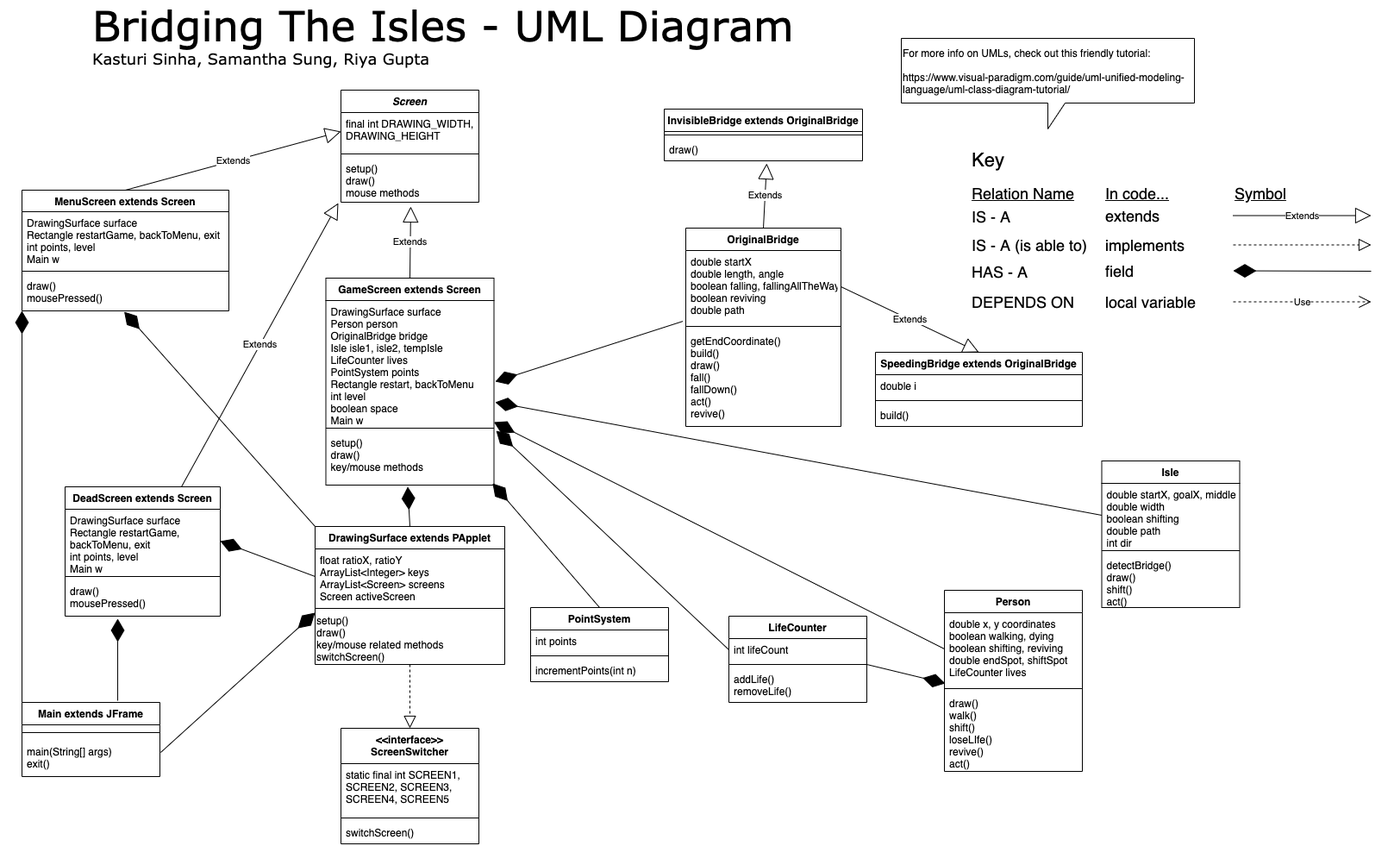
The draw.io diagram BridgingTheIsles/doc/BridgingTheIslesUML.png in HHSAPCompSci2020/capstone-project-bti, before a commit. Source tidied: cells renumbered, new cells last; positions are measured from the earlier drawing's top-left corner, leaving out a move shared by most shapes.
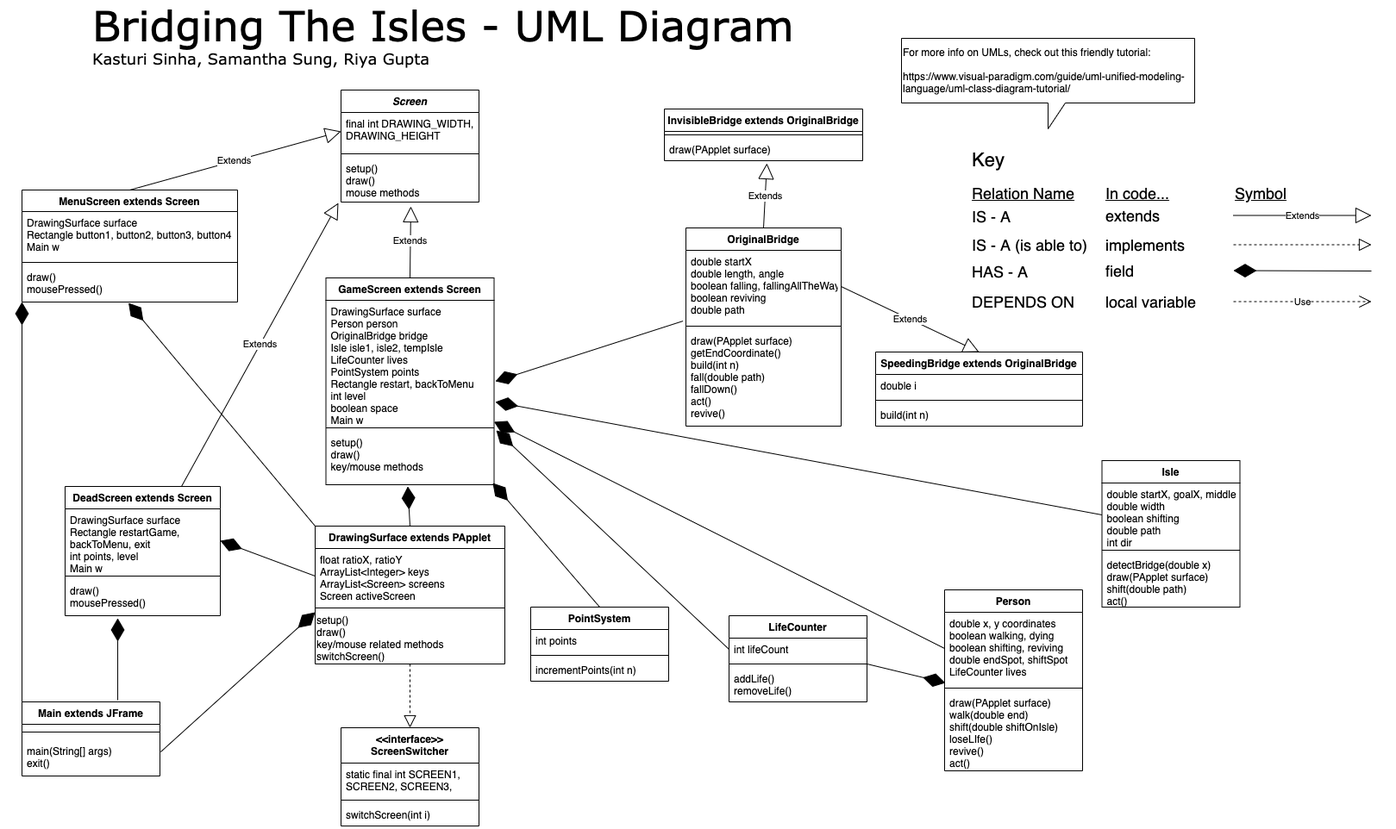
After the commit.

Diff of the diagram source:
```diff
@@ -105,16 +105,16 @@
       <mxGeometry y="44" width="160" height="42" as="geometry" />
     </mxCell>
     <mxCell id="32" value="MenuScreen extends Screen" style="swimlane;fontStyle=1;align=center;verticalAlign=top;horizontal=1;startSize=25;fillColor=#FFFFFF;" parent="1" vertex="1">
-      <mxGeometry y="206" width="240" height="140" as="geometry" />
+      <mxGeometry y="206" width="250" height="130" as="geometry" />
     </mxCell>
-    <mxCell id="33" value="DrawingSurface surface&#10;Rectangle restartGame, backToMenu, exit&#10;int points, level&#10;Main w" style="text;strokeColor=none;fillColor=none;align=left;verticalAlign=top;spacingLeft=4;spacingRight=4;overflow=hidden;" parent="32" vertex="1">
-      <mxGeometry y="25" width="240" height="65" as="geometry" />
+    <mxCell id="33" value="DrawingSurface surface&#10;Rectangle button1, button2, button3, button4&#10;Main w" style="text;strokeColor=none;fillColor=none;align=left;verticalAlign=top;spacingLeft=4;spacingRight=4;overflow=hidden;" parent="32" vertex="1">
+      <mxGeometry y="25" width="250" height="55" as="geometry" />
     </mxCell>
     <mxCell id="34" style="line;strokeWidth=1;fillColor=none;align=left;verticalAlign=middle;spacingTop=-1;spacingLeft=3;spacingRight=3;labelPosition=right;" parent="32" vertex="1">
-      <mxGeometry y="90" width="240" height="8" as="geometry" />
+      <mxGeometry y="80" width="250" height="8" as="geometry" />
     </mxCell>
     <mxCell id="35" value="draw()&#10;mousePressed()" style="text;strokeColor=none;fillColor=none;align=left;verticalAlign=top;spacingLeft=4;spacingRight=4;overflow=hidden;points=[[0,0.5],[1,0.5]];portConstraint=eastwest;" parent="32" vertex="1">
-      <mxGeometry y="98" width="240" height="42" as="geometry" />
+      <mxGeometry y="88" width="250" height="42" as="geometry" />
     </mxCell>
     <mxCell id="36" value="OriginalBridge" style="swimlane;fontStyle=1;align=center;verticalAlign=top;horizontal=1;startSize=26;fillColor=#FFFFFF;" parent="1" vertex="1">
       <mxGeometry x="770" y="250" width="180" height="230" as="geometry" />
@@ -125,7 +125,7 @@
     <mxCell id="38" style="line;strokeWidth=1;fillColor=none;align=left;verticalAlign=middle;spacingTop=-1;spacingLeft=3;spacingRight=3;labelPosition=right;" parent="36" vertex="1">
       <mxGeometry y="110" width="180" height="8" as="geometry" />
     </mxCell>
-    <mxCell id="39" value="getEndCoordinate()&#10;build()&#10;draw()&#10;fall() &#10;fallDown()&#10;act()&#10;revive()" style="text;strokeColor=none;fillColor=none;align=left;verticalAlign=top;spacingLeft=4;spacingRight=4;overflow=hidden;" parent="36" vertex="1">
+    <mxCell id="39" value="draw(PApplet surface)&#10;getEndCoordinate()&#10;build(int n)&#10;fall(double path) &#10;fallDown()&#10;act()&#10;revive()" style="text;strokeColor=none;fillColor=none;align=left;verticalAlign=top;spacingLeft=4;spacingRight=4;overflow=hidden;" parent="36" vertex="1">
       <mxGeometry y="118" width="180" height="112" as="geometry" />
     </mxCell>
     <mxCell id="40" value="Isle" style="swimlane;fontStyle=1;align=center;verticalAlign=top;horizontal=1;startSize=26;fillColor=#FFFFFF;" parent="1" vertex="1">
@@ -137,7 +137,7 @@
     <mxCell id="42" style="line;strokeWidth=1;fillColor=none;align=left;verticalAlign=middle;spacingTop=-1;spacingLeft=3;spacingRight=3;labelPosition=right;" parent="40" vertex="1">
       <mxGeometry y="100" width="160" height="8" as="geometry" />
     </mxCell>
-    <mxCell id="43" value="detectBridge()&#10;draw()&#10;shift()&#10;act()" style="text;strokeColor=none;fillColor=none;align=left;verticalAlign=top;spacingLeft=4;spacingRight=4;overflow=hidden;" parent="40" vertex="1">
+    <mxCell id="43" value="detectBridge(double x)&#10;draw(PApplet surface)&#10;shift(double path)&#10;act()" style="text;strokeColor=none;fillColor=none;align=left;verticalAlign=top;spacingLeft=4;spacingRight=4;overflow=hidden;" parent="40" vertex="1">
       <mxGeometry y="108" width="160" height="62" as="geometry" />
     </mxCell>
     <mxCell id="44" value="DrawingSurface extends PApplet" style="swimlane;fontStyle=1;align=center;verticalAlign=top;horizontal=1;startSize=26;fillColor=#FFFFFF;" parent="1" vertex="1">
@@ -161,7 +161,7 @@
     <mxCell id="50" style="line;strokeWidth=1;fillColor=none;align=left;verticalAlign=middle;spacingTop=-1;spacingLeft=3;spacingRight=3;labelPosition=right;" parent="48" vertex="1">
       <mxGeometry y="110" width="160" height="8" as="geometry" />
     </mxCell>
-    <mxCell id="51" value="draw()&#10;walk()&#10;shift()&#10;loseLIfe()&#10;revive()&#10;act()" style="text;strokeColor=none;fillColor=none;align=left;verticalAlign=top;spacingLeft=4;spacingRight=4;overflow=hidden;" parent="48" vertex="1">
+    <mxCell id="51" value="draw(PApplet surface)&#10;walk(double end)&#10;shift(double shiftOnIsle)&#10;loseLIfe()&#10;revive()&#10;act()" style="text;strokeColor=none;fillColor=none;align=left;verticalAlign=top;spacingLeft=4;spacingRight=4;overflow=hidden;" parent="48" vertex="1">
       <mxGeometry y="118" width="160" height="92" as="geometry" />
     </mxCell>
     <mxCell id="52" value="GameScreen extends Screen" style="swimlane;fontStyle=1;align=center;verticalAlign=top;horizontal=1;startSize=26;" parent="1" vertex="1">
@@ -195,16 +195,16 @@
       <mxGeometry y="78" width="160" height="52" as="geometry" />
     </mxCell>
     <mxCell id="61" value="&lt;&lt;interface&gt;&gt;&#10;ScreenSwitcher" style="swimlane;fontStyle=1;align=center;verticalAlign=top;horizontal=1;startSize=41;" parent="1" vertex="1">
-      <mxGeometry x="370" y="830" width="160" height="134" as="geometry" />
+      <mxGeometry x="370" y="830" width="160" height="114" as="geometry" />
     </mxCell>
-    <mxCell id="62" value="static final int SCREEN1, &#10;SCREEN2, SCREEN3, &#10;SCREEN4, SCREEN5" style="text;strokeColor=none;fillColor=none;align=left;verticalAlign=top;spacingLeft=4;spacingRight=4;overflow=hidden;" parent="61" vertex="1">
-      <mxGeometry y="41" width="160" height="59" as="geometry" />
+    <mxCell id="62" value="static final int SCREEN1, &#10;SCREEN2, SCREEN3, " style="text;strokeColor=none;fillColor=none;align=left;verticalAlign=top;spacingLeft=4;spacingRight=4;overflow=hidden;" parent="61" vertex="1">
+      <mxGeometry y="41" width="160" height="39" as="geometry" />
     </mxCell>
     <mxCell id="63" style="line;strokeWidth=1;fillColor=none;align=left;verticalAlign=middle;spacingTop=-1;spacingLeft=3;spacingRight=3;labelPosition=right;" parent="61" vertex="1">
-      <mxGeometry y="100" width="160" height="8" as="geometry" />
+      <mxGeometry y="80" width="160" height="8" as="geometry" />
     </mxCell>
-    <mxCell id="64" value="switchScreen()" style="text;strokeColor=none;fillColor=none;align=left;verticalAlign=top;spacingLeft=4;spacingRight=4;overflow=hidden;" parent="61" vertex="1">
-      <mxGeometry y="108" width="160" height="26" as="geometry" />
+    <mxCell id="64" value="switchScreen(int i)" style="text;strokeColor=none;fillColor=none;align=left;verticalAlign=top;spacingLeft=4;spacingRight=4;overflow=hidden;" parent="61" vertex="1">
+      <mxGeometry y="88" width="160" height="26" as="geometry" />
     </mxCell>
     <mxCell id="65" style="endArrow=block;dashed=1;endFill=0;endSize=12;html=1;exitX=0.5;exitY=1;exitDx=0;exitDy=0;entryX=0.5;entryY=0;entryDx=0;entryDy=0;" parent="1" edge="1" source="47" target="61">
       <mxGeometry relative="1" as="geometry" />
@@ -272,7 +272,7 @@
     <mxCell id="84" style="line;strokeWidth=1;fillColor=none;align=left;verticalAlign=middle;spacingTop=-1;spacingLeft=3;spacingRight=3;labelPosition=right;" parent="83" vertex="1">
       <mxGeometry y="26" width="230" height="8" as="geometry" />
     </mxCell>
-    <mxCell id="85" value="draw()" style="text;strokeColor=none;fillColor=none;align=left;verticalAlign=top;spacingLeft=4;spacingRight=4;overflow=hidden;points=[[0,0.5],[1,0.5]];portConstraint=eastwest;" parent="83" vertex="1">
+    <mxCell id="85" value="draw(PApplet surface)" style="text;strokeColor=none;fillColor=none;align=left;verticalAlign=top;spacingLeft=4;spacingRight=4;overflow=hidden;points=[[0,0.5],[1,0.5]];portConstraint=eastwest;" parent="83" vertex="1">
       <mxGeometry y="34" width="230" height="26" as="geometry" />
     </mxCell>
     <mxCell id="86" value="Extends" style="endArrow=block;endSize=16;endFill=0;html=1;exitX=0.5;exitY=0;exitDx=0;exitDy=0;entryX=0.517;entryY=1.115;entryDx=0;entryDy=0;entryPerimeter=0;" parent="1" edge="1" source="36" target="85">
@@ -290,7 +290,7 @@
     <mxCell id="90" style="line;strokeWidth=1;fillColor=none;align=left;verticalAlign=middle;spacingTop=-1;spacingLeft=3;spacingRight=3;labelPosition=right;" parent="88" vertex="1">
       <mxGeometry y="52" width="240" height="8" as="geometry" />
     </mxCell>
-    <mxCell id="91" value="build()" style="text;strokeColor=none;fillColor=none;align=left;verticalAlign=top;spacingLeft=4;spacingRight=4;overflow=hidden;" parent="88" vertex="1">
+    <mxCell id="91" value="build(int n)" style="text;strokeColor=none;fillColor=none;align=left;verticalAlign=top;spacingLeft=4;spacingRight=4;overflow=hidden;" parent="88" vertex="1">
       <mxGeometry y="60" width="240" height="26" as="geometry" />
     </mxCell>
     <mxCell id="92" value="Extends" style="endArrow=block;endSize=16;endFill=0;html=1;exitX=1;exitY=0.5;exitDx=0;exitDy=0;entryX=0.5;entryY=0;entryDx=0;entryDy=0;" parent="1" edge="1" source="37" target="88">
```
